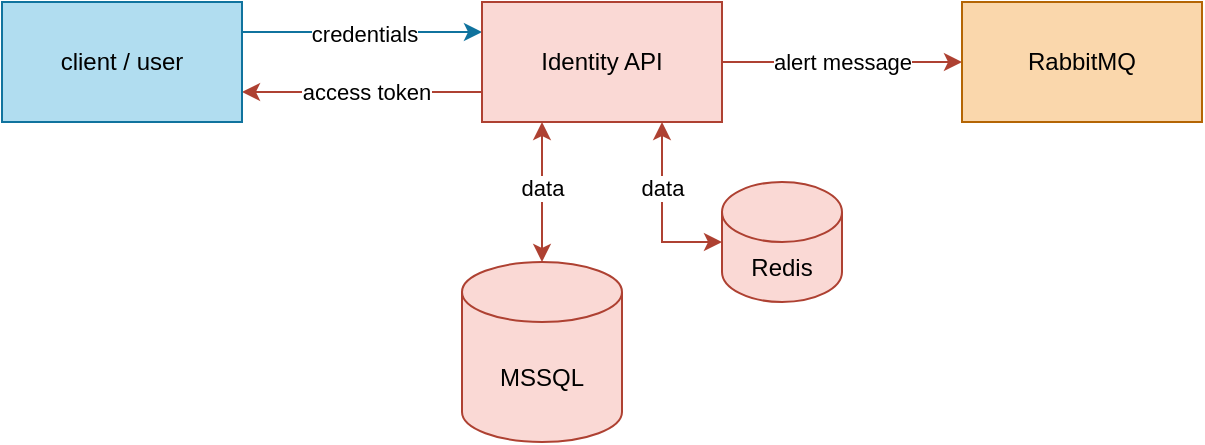
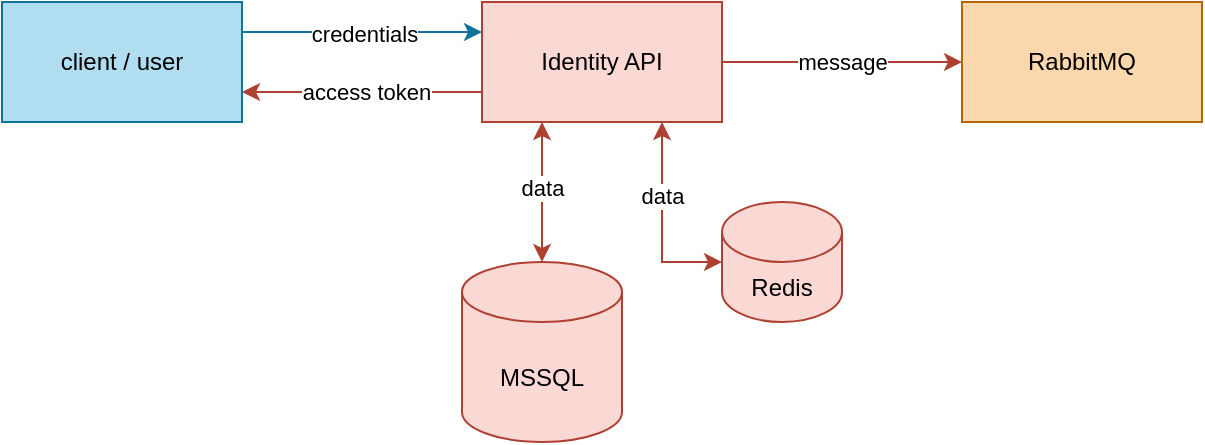
<mxfile host="app.diagrams.net" agent="Mozilla/5.0 (Windows NT 10.0; Win64; x64; rv:147.0) Gecko/20100101 Firefox/147.0">
  <diagram name="Page-1" id="YERAr8GsgPKBIJDpgwTV">
-     <mxGraphModel dx="975" dy="518" grid="1" gridSize="10" guides="1" tooltips="1" connect="1" arrows="1" fold="1" page="1" pageScale="1" pageWidth="2000" pageHeight="2000" background="none" math="0" shadow="0">
+     <mxGraphModel dx="1414" dy="751" grid="1" gridSize="10" guides="1" tooltips="1" connect="1" arrows="1" fold="1" page="1" pageScale="1" pageWidth="2000" pageHeight="2000" background="none" math="0" shadow="0">
      <root>
        <mxCell id="0" />
        <mxCell id="1" parent="0" />
        <mxCell id="2hW7fFKVQDX4X5Vv7pmV-5" edge="1" parent="1" source="2hW7fFKVQDX4X5Vv7pmV-12" style="rounded=0;orthogonalLoop=1;jettySize=auto;html=1;entryX=0;entryY=0.25;entryDx=0;entryDy=0;exitX=1;exitY=0.25;exitDx=0;exitDy=0;fillColor=#b1ddf0;strokeColor=#10739e;" target="2hW7fFKVQDX4X5Vv7pmV-4" value="">
          <mxGeometry relative="1" as="geometry">
            <mxPoint x="270.00427124746193" y="41.7157287525381" as="sourcePoint" />
          </mxGeometry>
        </mxCell>
        <mxCell id="2hW7fFKVQDX4X5Vv7pmV-8" connectable="0" parent="2hW7fFKVQDX4X5Vv7pmV-5" style="edgeLabel;html=1;align=center;verticalAlign=middle;resizable=0;points=[];" value="credentials" vertex="1">
          <mxGeometry relative="1" x="0.0082" y="-1" as="geometry">
            <mxPoint as="offset" />
          </mxGeometry>
        </mxCell>
        <mxCell id="2hW7fFKVQDX4X5Vv7pmV-9" edge="1" parent="1" source="2hW7fFKVQDX4X5Vv7pmV-4" style="rounded=0;orthogonalLoop=1;jettySize=auto;html=1;exitX=0;exitY=0.75;exitDx=0;exitDy=0;entryX=1;entryY=0.75;entryDx=0;entryDy=0;fillColor=#fad9d5;strokeColor=#ae4132;" target="2hW7fFKVQDX4X5Vv7pmV-12">
          <mxGeometry relative="1" as="geometry">
            <mxPoint x="270.00427124746193" y="98.2842712474619" as="targetPoint" />
          </mxGeometry>
        </mxCell>
        <mxCell id="2hW7fFKVQDX4X5Vv7pmV-13" connectable="0" parent="2hW7fFKVQDX4X5Vv7pmV-9" style="edgeLabel;html=1;align=center;verticalAlign=middle;resizable=0;points=[];" value="access token" vertex="1">
          <mxGeometry relative="1" x="-0.0325" as="geometry">
            <mxPoint as="offset" />
          </mxGeometry>
        </mxCell>
        <mxCell id="2hW7fFKVQDX4X5Vv7pmV-15" edge="1" parent="1" source="2hW7fFKVQDX4X5Vv7pmV-4" style="edgeStyle=orthogonalEdgeStyle;rounded=0;orthogonalLoop=1;jettySize=auto;html=1;entryX=0;entryY=0.5;entryDx=0;entryDy=0;fillColor=#fad9d5;strokeColor=#ae4132;" target="2hW7fFKVQDX4X5Vv7pmV-16" value="">
          <mxGeometry relative="1" as="geometry">
            <mxPoint x="500" y="70" as="targetPoint" />
          </mxGeometry>
        </mxCell>
-         <mxCell id="2hW7fFKVQDX4X5Vv7pmV-17" connectable="0" parent="2hW7fFKVQDX4X5Vv7pmV-15" style="edgeLabel;html=1;align=center;verticalAlign=middle;resizable=0;points=[];" value="alert message" vertex="1">
+         <mxCell id="2hW7fFKVQDX4X5Vv7pmV-17" connectable="0" parent="2hW7fFKVQDX4X5Vv7pmV-15" style="edgeLabel;html=1;align=center;verticalAlign=middle;resizable=0;points=[];" value="message" vertex="1">
          <mxGeometry relative="1" x="-0.008" as="geometry">
            <mxPoint as="offset" />
          </mxGeometry>
        </mxCell>
        <mxCell id="2hW7fFKVQDX4X5Vv7pmV-18" edge="1" parent="1" source="2hW7fFKVQDX4X5Vv7pmV-4" style="edgeStyle=orthogonalEdgeStyle;rounded=0;orthogonalLoop=1;jettySize=auto;html=1;exitX=0.25;exitY=1;exitDx=0;exitDy=0;fillColor=#fad9d5;strokeColor=#ae4132;startArrow=classic;startFill=1;entryX=0.5;entryY=0;entryDx=0;entryDy=0;entryPerimeter=0;" target="2hW7fFKVQDX4X5Vv7pmV-19">
          <mxGeometry relative="1" as="geometry">
            <mxPoint x="310" y="170" as="targetPoint" />
          </mxGeometry>
        </mxCell>
        <mxCell id="2hW7fFKVQDX4X5Vv7pmV-23" connectable="0" parent="2hW7fFKVQDX4X5Vv7pmV-18" style="edgeLabel;html=1;align=center;verticalAlign=middle;resizable=0;points=[];" value="data" vertex="1">
          <mxGeometry relative="1" x="-0.072" as="geometry">
            <mxPoint as="offset" />
          </mxGeometry>
        </mxCell>
        <mxCell id="2hW7fFKVQDX4X5Vv7pmV-4" parent="1" style="whiteSpace=wrap;html=1;fillColor=#fad9d5;strokeColor=#ae4132;" value="Identity API" vertex="1">
          <mxGeometry height="60" width="120" x="280" y="40" as="geometry" />
        </mxCell>
        <mxCell id="2hW7fFKVQDX4X5Vv7pmV-12" parent="1" style="rounded=0;whiteSpace=wrap;html=1;fillColor=#b1ddf0;strokeColor=#10739e;" value="client / user" vertex="1">
          <mxGeometry height="60" width="120" x="40" y="40" as="geometry" />
        </mxCell>
        <mxCell id="2hW7fFKVQDX4X5Vv7pmV-16" parent="1" style="rounded=0;whiteSpace=wrap;html=1;fillColor=#fad7ac;strokeColor=#b46504;" value="RabbitMQ" vertex="1">
          <mxGeometry height="60" width="120" x="520" y="40" as="geometry" />
        </mxCell>
        <mxCell id="2hW7fFKVQDX4X5Vv7pmV-19" parent="1" style="shape=cylinder3;whiteSpace=wrap;html=1;boundedLbl=1;backgroundOutline=1;size=15;fillColor=#fad9d5;strokeColor=#ae4132;" value="MSSQL" vertex="1">
          <mxGeometry height="90" width="80" x="270" y="170" as="geometry" />
        </mxCell>
        <mxCell id="2hW7fFKVQDX4X5Vv7pmV-21" parent="1" style="shape=cylinder3;whiteSpace=wrap;html=1;boundedLbl=1;backgroundOutline=1;size=15;fillColor=#fad9d5;strokeColor=#ae4132;" value="Redis" vertex="1">
-           <mxGeometry height="60" width="60" x="400" y="130" as="geometry" />
+           <mxGeometry height="60" width="60" x="400" y="140" as="geometry" />
        </mxCell>
        <mxCell id="2hW7fFKVQDX4X5Vv7pmV-22" edge="1" parent="1" source="2hW7fFKVQDX4X5Vv7pmV-4" style="edgeStyle=orthogonalEdgeStyle;rounded=0;orthogonalLoop=1;jettySize=auto;html=1;exitX=0.75;exitY=1;exitDx=0;exitDy=0;entryX=0;entryY=0.5;entryDx=0;entryDy=0;entryPerimeter=0;fillColor=#fad9d5;strokeColor=#ae4132;startArrow=classic;startFill=1;" target="2hW7fFKVQDX4X5Vv7pmV-21">
          <mxGeometry relative="1" as="geometry" />
        </mxCell>
        <mxCell id="2hW7fFKVQDX4X5Vv7pmV-25" connectable="0" parent="2hW7fFKVQDX4X5Vv7pmV-22" style="edgeLabel;html=1;align=center;verticalAlign=middle;resizable=0;points=[];" value="data" vertex="1">
          <mxGeometry relative="1" x="-0.2622" as="geometry">
            <mxPoint as="offset" />
          </mxGeometry>
        </mxCell>
      </root>
    </mxGraphModel>
  </diagram>
</mxfile>
